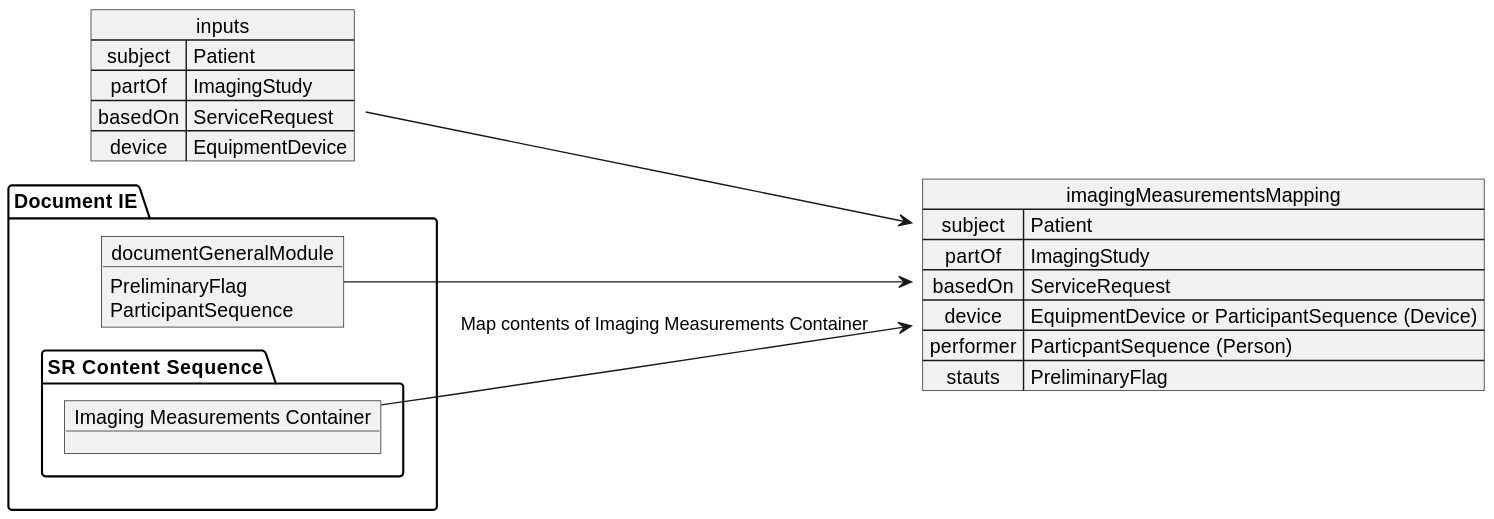
Above: input/images/dicom_sr_document_ie_mapping.svg in HL7/dicom-sr (PlantUML), before the change.
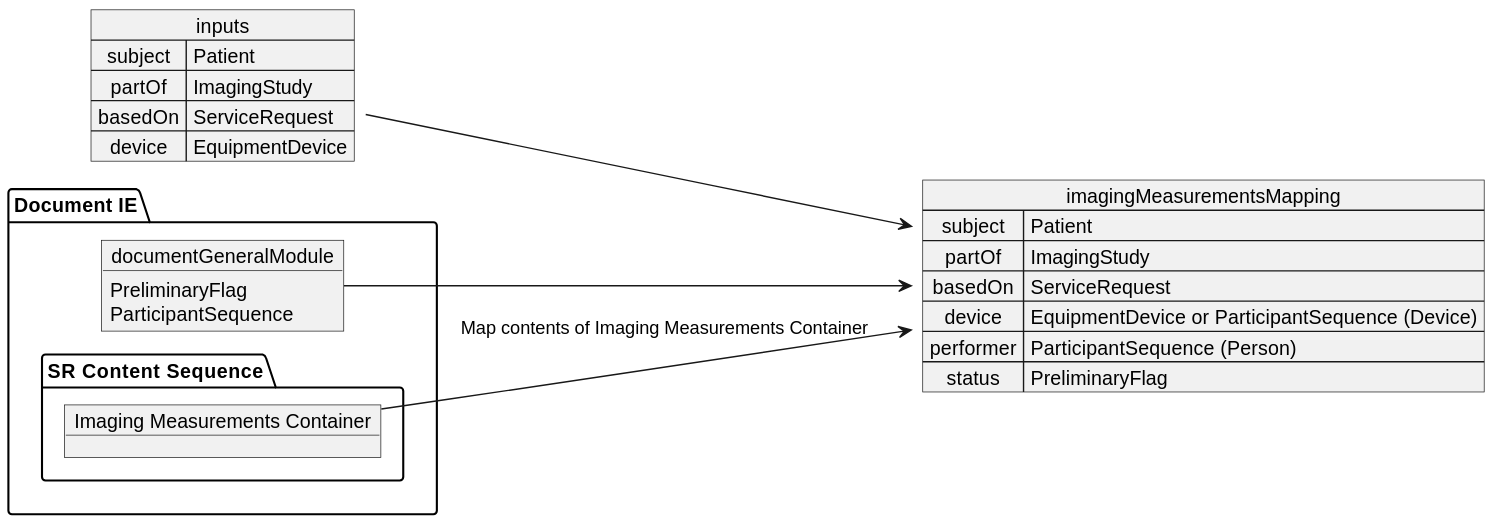
After the change.

The edit, as a diff of the source:
```diff
@@ -1,12 +1,12 @@
-@startuml dicom_sr_document_ie_mapping
+@startuml
 left to right direction
 
-    map inputs {
-        subject => Patient
-        partOf => ImagingStudy
-        basedOn => ServiceRequest
-        device => EquipmentDevice
-    }
+map inputs {
+    subject => Patient
+    partOf => ImagingStudy
+    basedOn => ServiceRequest
+    device => EquipmentDevice
+}
 
 package "Document IE" {
     object documentGeneralModule {
@@ -23,8 +23,8 @@
     partOf => ImagingStudy
     basedOn => ServiceRequest
     device => EquipmentDevice or ParticipantSequence (Device)
-    performer => ParticpantSequence (Person)
-    stauts => PreliminaryFlag
+    performer => ParticipantSequence (Person)
+    status => PreliminaryFlag
 }
 
 imagingMeasurements --> imagingMeasurementsMapping: Map contents of Imaging Measurements Container
```
